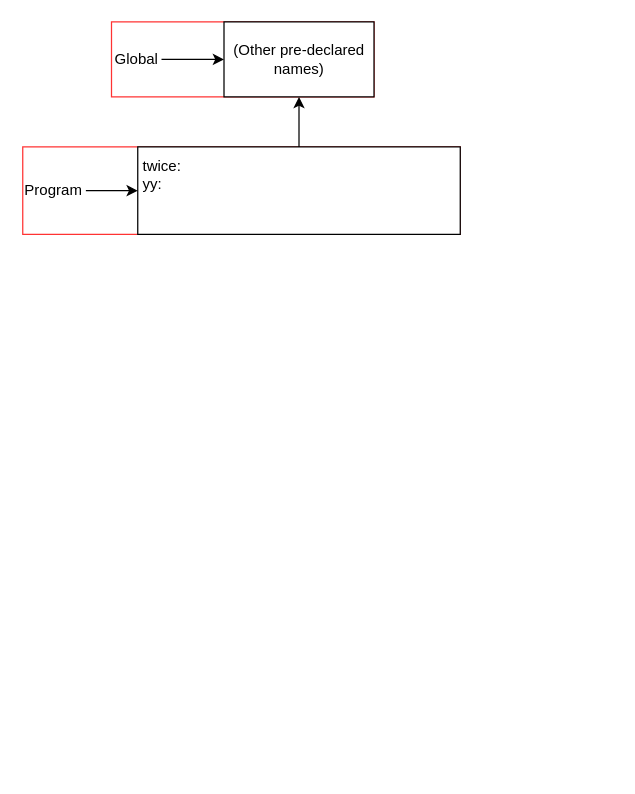
JingYenLoh/drawio keeps this draw.io diagram as page "Question 2" (2 of 3) of Environment model.drawio. Above is the earlier version. Source tidied: cells renumbered, new cells numbered last; positions are measured from the earlier drawing's top-left corner, leaving out a move shared by most shapes. Both pictures are drawn from the tidied source at 125%, with x=0, y=0 at pixel (21, 21).
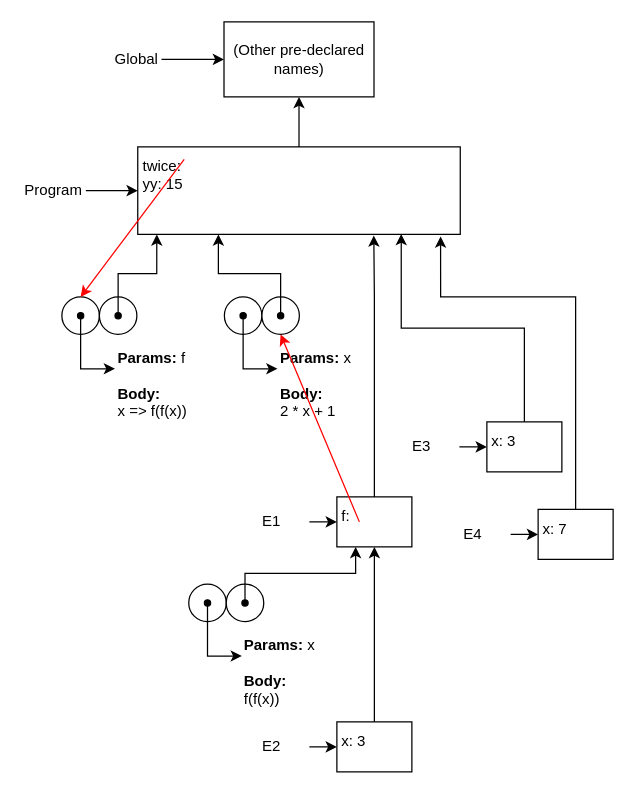
After the change.

The edit, as a diff of the source:
```diff
@@
-    <mxCell id="2" style="group;rounded=0;fillColor=none;align=left;html=1;strokeColor=#FF3333;" parent="1" vertex="1">
+    <mxCell id="2" style="group;rounded=0;fillColor=none;align=left;html=1;strokeColor=none;" parent="1" vertex="1">
       <mxGeometry x="71.7" width="210" height="60" as="geometry" />
     </mxCell>
@@
-    <mxCell id="6" style="group;align=center;strokeColor=#FF3333;" parent="1" vertex="1">
+    <mxCell id="6" style="group;align=center;strokeColor=none;" parent="1" vertex="1">
       <mxGeometry x="0.7" y="100" width="350" height="70" as="geometry" />
     </mxCell>
-    <mxCell id="7" value="&lt;div&gt;twice:&lt;/div&gt;&lt;div&gt;yy:&lt;br&gt;&lt;/div&gt;" style="rounded=0;whiteSpace=wrap;html=1;align=left;verticalAlign=top;spacingLeft=0;spacingTop=0;spacingBottom=0;spacingRight=0;spacing=4;" parent="6" vertex="1">
+    <mxCell id="7" value="&lt;div&gt;twice:&lt;/div&gt;&lt;div&gt;yy: 15&lt;br&gt;&lt;/div&gt;" style="rounded=0;whiteSpace=wrap;html=1;align=left;verticalAlign=top;spacingLeft=0;spacingTop=0;spacingBottom=0;spacingRight=0;spacing=4;" parent="6" vertex="1">
       <mxGeometry x="92" width="258" height="70" as="geometry" />
     </mxCell>
@@
+    <mxCell id="11" style="group;" parent="1" vertex="1">
+      <mxGeometry x="32" y="200" width="160.5" height="145" as="geometry" />
+    </mxCell>
+    <mxCell id="12" style="group;" parent="11" vertex="1">
+      <mxGeometry y="20" width="60" height="30" as="geometry" />
+    </mxCell>
+    <mxCell id="13" style="group;" parent="12" vertex="1">
+      <mxGeometry width="60" height="30" as="geometry" />
+    </mxCell>
+    <mxCell id="14" style="ellipse;whiteSpace=wrap;html=1;rounded=0;align=left;" parent="13" vertex="1">
+      <mxGeometry width="30" height="30" as="geometry" />
+    </mxCell>
+    <mxCell id="15" style="ellipse;whiteSpace=wrap;html=1;rounded=0;align=left;" parent="13" vertex="1">
+      <mxGeometry x="30" width="30" height="30" as="geometry" />
+    </mxCell>
+    <mxCell id="16" style="ellipse;whiteSpace=wrap;html=1;rounded=0;align=left;fillColor=#000000;" parent="13" vertex="1">
+      <mxGeometry x="42.5" y="12.5" width="5" height="5" as="geometry" />
+    </mxCell>
+    <mxCell id="17" style="ellipse;whiteSpace=wrap;html=1;rounded=0;align=left;fillColor=#000000;" parent="13" vertex="1">
+      <mxGeometry x="12.5" y="12.5" width="5" height="5" as="geometry" />
+    </mxCell>
+    <mxCell id="18" value="&lt;b&gt;Params: &lt;/b&gt;f&lt;br&gt;&lt;br&gt;&lt;b&gt;Body: &lt;/b&gt;&lt;br&gt;x =&amp;gt; f(f(x))" style="text;html=1;strokeColor=none;fillColor=none;align=left;verticalAlign=top;whiteSpace=wrap;rounded=0;" parent="11" vertex="1">
+      <mxGeometry x="42.5" y="55" width="118" height="90" as="geometry" />
+    </mxCell>
+    <mxCell id="19" style="edgeStyle=orthogonalEdgeStyle;rounded=0;jettySize=auto;html=1;exitX=0.5;exitY=1;exitDx=0;exitDy=0;entryX=0;entryY=0.25;entryDx=0;entryDy=0;" parent="11" edge="1" source="17" target="18">
+      <mxGeometry relative="1" as="geometry" />
+    </mxCell>
+    <mxCell id="20" style="edgeStyle=orthogonalEdgeStyle;rounded=0;jettySize=auto;html=1;exitX=0.5;exitY=0;exitDx=0;exitDy=0;entryX=0.059;entryY=1;entryDx=0;entryDy=0;entryPerimeter=0;" parent="1" edge="1" source="16" target="7">
+      <mxGeometry relative="1" as="geometry" />
+    </mxCell>
+    <mxCell id="21" style="endArrow=classic;html=1;exitX=0.144;exitY=0.143;exitDx=0;exitDy=0;exitPerimeter=0;entryX=0.5;entryY=0;entryDx=0;entryDy=0;strokeColor=#FF0000;" parent="1" edge="1" source="7" target="14">
+      <mxGeometry relative="1" as="geometry" />
+    </mxCell>
+    <mxCell id="22" style="group;" parent="1" vertex="1">
+      <mxGeometry x="162" y="200" width="160.5" height="145" as="geometry" />
+    </mxCell>
+    <mxCell id="23" style="group;" parent="22" vertex="1">
+      <mxGeometry y="20" width="60" height="30" as="geometry" />
+    </mxCell>
+    <mxCell id="24" style="group;" parent="23" vertex="1">
+      <mxGeometry width="60" height="30" as="geometry" />
+    </mxCell>
+    <mxCell id="25" style="ellipse;whiteSpace=wrap;html=1;rounded=0;align=left;" parent="24" vertex="1">
+      <mxGeometry width="30" height="30" as="geometry" />
+    </mxCell>
+    <mxCell id="26" style="ellipse;whiteSpace=wrap;html=1;rounded=0;align=left;direction=south;" parent="24" vertex="1">
+      <mxGeometry x="30" width="30" height="30" as="geometry" />
+    </mxCell>
+    <mxCell id="27" style="ellipse;whiteSpace=wrap;html=1;rounded=0;align=left;fillColor=#000000;" parent="24" vertex="1">
+      <mxGeometry x="42.5" y="12.5" width="5" height="5" as="geometry" />
+    </mxCell>
+    <mxCell id="28" style="ellipse;whiteSpace=wrap;html=1;rounded=0;align=left;fillColor=#000000;" parent="24" vertex="1">
+      <mxGeometry x="12.5" y="12.5" width="5" height="5" as="geometry" />
+    </mxCell>
+    <mxCell id="29" value="&lt;b&gt;Params: &lt;/b&gt;x&lt;br&gt;&lt;br&gt;&lt;b&gt;Body: &lt;/b&gt;&lt;br&gt;2 * x + 1" style="text;html=1;strokeColor=none;fillColor=none;align=left;verticalAlign=top;whiteSpace=wrap;rounded=0;" parent="22" vertex="1">
+      <mxGeometry x="42.5" y="55" width="118" height="90" as="geometry" />
+    </mxCell>
+    <mxCell id="30" style="edgeStyle=orthogonalEdgeStyle;rounded=0;jettySize=auto;html=1;exitX=0.5;exitY=1;exitDx=0;exitDy=0;entryX=0;entryY=0.25;entryDx=0;entryDy=0;" parent="22" edge="1" source="28" target="29">
+      <mxGeometry relative="1" as="geometry" />
+    </mxCell>
+    <mxCell id="31" style="edgeStyle=orthogonalEdgeStyle;rounded=0;jettySize=auto;html=1;exitX=0.5;exitY=0;exitDx=0;exitDy=0;entryX=0.25;entryY=1;entryDx=0;entryDy=0;" parent="1" edge="1" source="27" target="7">
+      <mxGeometry relative="1" as="geometry" />
+    </mxCell>
+    <mxCell id="32" style="group;" parent="1" vertex="1">
+      <mxGeometry x="170" y="380" width="142" height="40" as="geometry" />
+    </mxCell>
+    <mxCell id="33" value="f: " style="rounded=0;whiteSpace=wrap;html=1;align=left;verticalAlign=top;spacingLeft=0;spacingTop=0;spacingBottom=0;spacingRight=0;spacing=4;" parent="32" vertex="1">
+      <mxGeometry x="82" width="60" height="40" as="geometry" />
+    </mxCell>
+    <mxCell id="34" style="edgeStyle=orthogonalEdgeStyle;rounded=0;jettySize=auto;html=1;exitX=1;exitY=0.5;exitDx=0;exitDy=0;entryX=0;entryY=0.5;entryDx=0;entryDy=0;" parent="32" edge="1" source="35" target="33">
+      <mxGeometry relative="1" as="geometry" />
+    </mxCell>
+    <mxCell id="35" value="E1" style="text;html=1;strokeColor=none;fillColor=none;align=center;verticalAlign=middle;whiteSpace=wrap;rounded=0;" parent="32" vertex="1">
+      <mxGeometry y="10" width="60" height="20" as="geometry" />
+    </mxCell>
+    <mxCell id="36" style="edgeStyle=orthogonalEdgeStyle;rounded=0;jettySize=auto;html=1;exitX=0.5;exitY=0;exitDx=0;exitDy=0;strokeColor=#000000;entryX=0.732;entryY=1.013;entryDx=0;entryDy=0;entryPerimeter=0;" parent="1" edge="1" source="33" target="7">
+      <mxGeometry relative="1" as="geometry">
+        <Array as="points">
+          <mxPoint x="282" y="220" />
+        </Array>
+      </mxGeometry>
+    </mxCell>
+    <mxCell id="37" style="endArrow=classic;html=1;strokeColor=#FF0000;exitX=0.3;exitY=0.5;exitDx=0;exitDy=0;exitPerimeter=0;entryX=1;entryY=0.5;entryDx=0;entryDy=0;" parent="1" edge="1" source="33" target="26">
+      <mxGeometry relative="1" as="geometry" />
+    </mxCell>
+    <mxCell id="38" style="group;" parent="1" vertex="1">
+      <mxGeometry x="133.5" y="429.8" width="268.5" height="170.2" as="geometry" />
+    </mxCell>
+    <mxCell id="39" style="group;" parent="38" vertex="1">
+      <mxGeometry y="20" width="60" height="30" as="geometry" />
+    </mxCell>
+    <mxCell id="40" style="group;" parent="39" vertex="1">
+      <mxGeometry width="60" height="30" as="geometry" />
+    </mxCell>
+    <mxCell id="41" style="ellipse;whiteSpace=wrap;html=1;rounded=0;align=left;" parent="40" vertex="1">
+      <mxGeometry width="30" height="30" as="geometry" />
+    </mxCell>
+    <mxCell id="42" style="ellipse;whiteSpace=wrap;html=1;rounded=0;align=left;" parent="40" vertex="1">
+      <mxGeometry x="30" width="30" height="30" as="geometry" />
+    </mxCell>
+    <mxCell id="43" style="ellipse;whiteSpace=wrap;html=1;rounded=0;align=left;fillColor=#000000;" parent="40" vertex="1">
+      <mxGeometry x="42.5" y="12.5" width="5" height="5" as="geometry" />
+    </mxCell>
+    <mxCell id="44" style="ellipse;whiteSpace=wrap;html=1;rounded=0;align=left;fillColor=#000000;" parent="40" vertex="1">
+      <mxGeometry x="12.5" y="12.5" width="5" height="5" as="geometry" />
+    </mxCell>
+    <mxCell id="45" value="&lt;b&gt;Params: &lt;/b&gt;x&lt;br&gt;&lt;br&gt;&lt;b&gt;Body: &lt;/b&gt;&lt;br&gt;f(f(x))" style="text;html=1;strokeColor=none;fillColor=none;align=left;verticalAlign=top;whiteSpace=wrap;rounded=0;" parent="38" vertex="1">
+      <mxGeometry x="42.5" y="55" width="118" height="90" as="geometry" />
+    </mxCell>
+    <mxCell id="46" style="edgeStyle=orthogonalEdgeStyle;rounded=0;jettySize=auto;html=1;exitX=0.5;exitY=1;exitDx=0;exitDy=0;entryX=0;entryY=0.25;entryDx=0;entryDy=0;" parent="38" edge="1" source="44" target="45">
+      <mxGeometry relative="1" as="geometry" />
+    </mxCell>
+    <mxCell id="47" style="group;" parent="38" vertex="1">
+      <mxGeometry x="36.5" y="130.2" width="142" height="40" as="geometry" />
+    </mxCell>
+    <mxCell id="48" value="x: 3" style="rounded=0;whiteSpace=wrap;html=1;align=left;verticalAlign=top;spacingLeft=0;spacingTop=0;spacingBottom=0;spacingRight=0;spacing=4;" parent="47" vertex="1">
+      <mxGeometry x="82" width="60" height="40" as="geometry" />
+    </mxCell>
+    <mxCell id="49" style="edgeStyle=orthogonalEdgeStyle;rounded=0;jettySize=auto;html=1;exitX=1;exitY=0.5;exitDx=0;exitDy=0;entryX=0;entryY=0.5;entryDx=0;entryDy=0;" parent="47" edge="1" source="50" target="48">
+      <mxGeometry relative="1" as="geometry" />
+    </mxCell>
+    <mxCell id="50" value="E2" style="text;html=1;strokeColor=none;fillColor=none;align=center;verticalAlign=middle;whiteSpace=wrap;rounded=0;" parent="47" vertex="1">
+      <mxGeometry y="10" width="60" height="20" as="geometry" />
+    </mxCell>
+    <mxCell id="51" style="edgeStyle=orthogonalEdgeStyle;rounded=0;jettySize=auto;html=1;exitX=0.5;exitY=0;exitDx=0;exitDy=0;entryX=0.25;entryY=1;entryDx=0;entryDy=0;" parent="1" edge="1" source="43" target="33">
+      <mxGeometry relative="1" as="geometry" />
+    </mxCell>
+    <mxCell id="52" style="edgeStyle=orthogonalEdgeStyle;rounded=0;jettySize=auto;html=1;exitX=0.5;exitY=0;exitDx=0;exitDy=0;entryX=0.5;entryY=1;entryDx=0;entryDy=0;strokeColor=#000000;" parent="1" edge="1" source="48" target="33">
+      <mxGeometry relative="1" as="geometry" />
+    </mxCell>
+    <mxCell id="53" style="group;" parent="1" vertex="1">
+      <mxGeometry x="290" y="320" width="142" height="40" as="geometry" />
+    </mxCell>
+    <mxCell id="54" value="x: 3" style="rounded=0;whiteSpace=wrap;html=1;align=left;verticalAlign=top;spacingLeft=0;spacingTop=0;spacingBottom=0;spacingRight=0;spacing=4;" parent="53" vertex="1">
+      <mxGeometry x="82" width="60" height="40" as="geometry" />
+    </mxCell>
+    <mxCell id="55" style="edgeStyle=orthogonalEdgeStyle;rounded=0;jettySize=auto;html=1;exitX=1;exitY=0.5;exitDx=0;exitDy=0;entryX=0;entryY=0.5;entryDx=0;entryDy=0;" parent="53" edge="1" source="56" target="54">
+      <mxGeometry relative="1" as="geometry" />
+    </mxCell>
+    <mxCell id="56" value="E3" style="text;html=1;strokeColor=none;fillColor=none;align=center;verticalAlign=middle;whiteSpace=wrap;rounded=0;" parent="53" vertex="1">
+      <mxGeometry y="10" width="60" height="20" as="geometry" />
+    </mxCell>
+    <mxCell id="57" style="edgeStyle=orthogonalEdgeStyle;rounded=0;jettySize=auto;html=1;exitX=0.5;exitY=0;exitDx=0;exitDy=0;entryX=0.817;entryY=0.996;entryDx=0;entryDy=0;entryPerimeter=0;strokeColor=#000000;" parent="1" edge="1" source="54" target="7">
+      <mxGeometry relative="1" as="geometry" />
+    </mxCell>
+    <mxCell id="58" style="group;" parent="1" vertex="1">
+      <mxGeometry x="331" y="390" width="142" height="40" as="geometry" />
+    </mxCell>
+    <mxCell id="59" value="x: 7" style="rounded=0;whiteSpace=wrap;html=1;align=left;verticalAlign=top;spacingLeft=0;spacingTop=0;spacingBottom=0;spacingRight=0;spacing=4;" parent="58" vertex="1">
+      <mxGeometry x="82" width="60" height="40" as="geometry" />
+    </mxCell>
+    <mxCell id="60" style="edgeStyle=orthogonalEdgeStyle;rounded=0;jettySize=auto;html=1;exitX=1;exitY=0.5;exitDx=0;exitDy=0;entryX=0;entryY=0.5;entryDx=0;entryDy=0;" parent="58" edge="1" source="61" target="59">
+      <mxGeometry relative="1" as="geometry" />
+    </mxCell>
+    <mxCell id="61" value="E4" style="text;html=1;strokeColor=none;fillColor=none;align=center;verticalAlign=middle;whiteSpace=wrap;rounded=0;" parent="58" vertex="1">
+      <mxGeometry y="10" width="60" height="20" as="geometry" />
+    </mxCell>
+    <mxCell id="62" style="edgeStyle=orthogonalEdgeStyle;rounded=0;jettySize=auto;html=1;exitX=0.5;exitY=0;exitDx=0;exitDy=0;entryX=0.939;entryY=1.023;entryDx=0;entryDy=0;entryPerimeter=0;strokeColor=#000000;" parent="1" edge="1" source="59" target="7">
+      <mxGeometry relative="1" as="geometry">
+        <Array as="points">
+          <mxPoint x="443" y="220" />
+          <mxPoint x="335" y="220" />
+        </Array>
+      </mxGeometry>
+    </mxCell>
```
